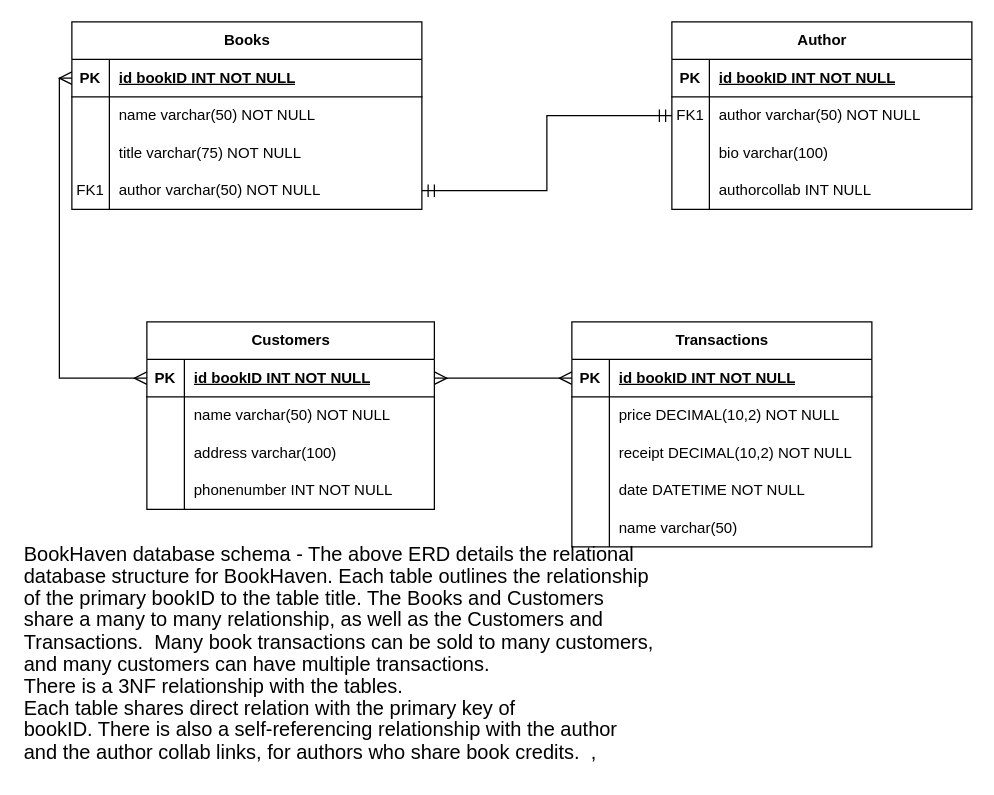
This is page "Page-1" (1 of 2) of Untitled Diagram.drawio from upallnit23/relational-Databases1, a draw.io file, before an edit. Source tidied: cells renumbered, new cells numbered last; positions are measured from the earlier drawing's top-left corner, leaving out a move shared by most shapes. Both pictures are drawn from the tidied source at 125%, with x=0, y=0 at pixel (21, 21).
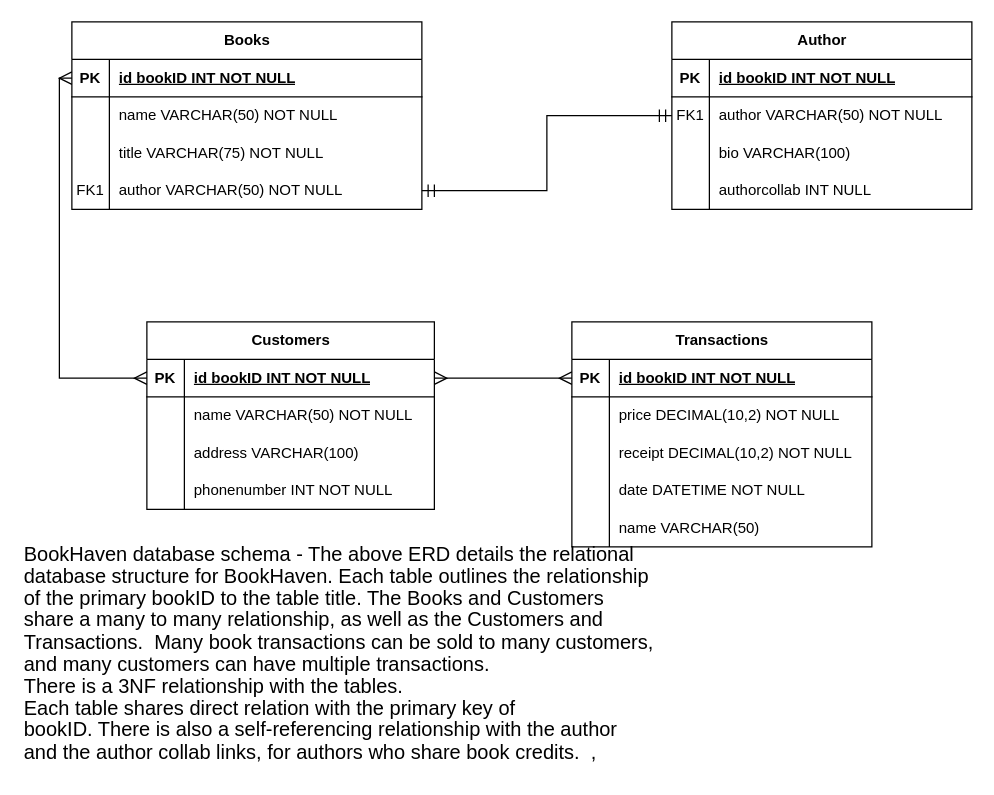
After the change.

Commit message:
Updated diagrams for assignment Database Fundamentals

Unchanged cells that the change refers to:
```xml
<mxCell id="17" style="shape=tableRow;horizontal=0;startSize=0;swimlaneHead=0;swimlaneBody=0;fillColor=none;top=0;left=0;right=0;bottom=0;" parent="4" vertex="1">
  <mxGeometry y="150" width="240" height="30" as="geometry" />
</mxCell>
<mxCell id="24" style="shape=tableRow;horizontal=0;startSize=0;swimlaneHead=0;swimlaneBody=0;fillColor=none;top=0;left=0;right=0;bottom=0;" parent="20" vertex="1">
  <mxGeometry y="60" width="230" height="30" as="geometry" />
</mxCell>
<mxCell id="27" style="shape=tableRow;horizontal=0;startSize=0;swimlaneHead=0;swimlaneBody=0;fillColor=none;top=0;left=0;right=0;bottom=0;" parent="20" vertex="1">
  <mxGeometry y="90" width="230" height="30" as="geometry" />
</mxCell>
<mxCell id="37" style="shape=tableRow;horizontal=0;startSize=0;swimlaneHead=0;swimlaneBody=0;fillColor=none;points=[[0,0.5],[1,0.5]];portConstraint=eastwest;top=0;left=0;right=0;bottom=0;" parent="33" vertex="1">
  <mxGeometry y="60" width="240" height="30" as="geometry" />
</mxCell>
<mxCell id="40" style="shape=tableRow;horizontal=0;startSize=0;swimlaneHead=0;swimlaneBody=0;fillColor=none;top=0;left=0;right=0;bottom=0;" parent="33" vertex="1">
  <mxGeometry y="90" width="240" height="30" as="geometry" />
</mxCell>
<mxCell id="50" style="shape=tableRow;horizontal=0;startSize=0;swimlaneHead=0;swimlaneBody=0;fillColor=none;top=0;left=0;right=0;bottom=0;" parent="46" vertex="1">
  <mxGeometry y="60" width="280" height="30" as="geometry" />
</mxCell>
<mxCell id="53" style="shape=tableRow;horizontal=0;startSize=0;swimlaneHead=0;swimlaneBody=0;fillColor=none;top=0;left=0;right=0;bottom=0;" parent="46" vertex="1">
  <mxGeometry y="90" width="280" height="30" as="geometry" />
</mxCell>
<mxCell id="56" style="shape=tableRow;horizontal=0;startSize=0;swimlaneHead=0;swimlaneBody=0;fillColor=none;points=[[0,0.5],[1,0.5]];portConstraint=eastwest;top=0;left=0;right=0;bottom=0;" parent="46" vertex="1">
  <mxGeometry y="120" width="280" height="30" as="geometry" />
</mxCell>
```

The edit, as a diff of the source:
```diff
@@
-    <mxCell id="19" value="name varchar(50)" style="shape=partialRectangle;fillColor=none;top=0;left=0;bottom=0;right=0;align=left;spacingLeft=6;overflow=hidden;whiteSpace=wrap;html=1;" parent="17" vertex="1">
+    <mxCell id="19" value="name VARCHAR(50)" style="shape=partialRectangle;fillColor=none;top=0;left=0;bottom=0;right=0;align=left;spacingLeft=6;overflow=hidden;whiteSpace=wrap;html=1;" parent="17" vertex="1">
       <mxGeometry x="30" width="210" height="30" as="geometry" />
     </mxCell>
@@
-    <mxCell id="26" value="name varchar(50) NOT NULL" style="shape=partialRectangle;fillColor=none;top=0;left=0;bottom=0;right=0;align=left;spacingLeft=6;overflow=hidden;whiteSpace=wrap;html=1;" parent="24" vertex="1">
+    <mxCell id="26" value="name VARCHAR(50) NOT NULL" style="shape=partialRectangle;fillColor=none;top=0;left=0;bottom=0;right=0;align=left;spacingLeft=6;overflow=hidden;whiteSpace=wrap;html=1;" parent="24" vertex="1">
       <mxGeometry x="30" width="200" height="30" as="geometry" />
     </mxCell>
@@
-    <mxCell id="29" value="address varchar(100)" style="shape=partialRectangle;fillColor=none;top=0;left=0;bottom=0;right=0;align=left;spacingLeft=6;overflow=hidden;whiteSpace=wrap;html=1;" parent="27" vertex="1">
+    <mxCell id="29" value="address VARCHAR(100)" style="shape=partialRectangle;fillColor=none;top=0;left=0;bottom=0;right=0;align=left;spacingLeft=6;overflow=hidden;whiteSpace=wrap;html=1;" parent="27" vertex="1">
       <mxGeometry x="30" width="200" height="30" as="geometry" />
     </mxCell>
@@
-    <mxCell id="39" value="author varchar(50) NOT NULL" style="shape=partialRectangle;fillColor=none;top=0;left=0;bottom=0;right=0;align=left;spacingLeft=6;overflow=hidden;whiteSpace=wrap;html=1;" parent="37" vertex="1">
+    <mxCell id="39" value="author VARCHAR(50) NOT NULL" style="shape=partialRectangle;fillColor=none;top=0;left=0;bottom=0;right=0;align=left;spacingLeft=6;overflow=hidden;whiteSpace=wrap;html=1;" parent="37" vertex="1">
       <mxGeometry x="30" width="210" height="30" as="geometry" />
     </mxCell>
@@
-    <mxCell id="42" value="bio varchar(100)&amp;nbsp;" style="shape=partialRectangle;fillColor=none;top=0;left=0;bottom=0;right=0;align=left;spacingLeft=6;overflow=hidden;whiteSpace=wrap;html=1;" parent="40" vertex="1">
+    <mxCell id="42" value="bio VARCHAR(100)&amp;nbsp;" style="shape=partialRectangle;fillColor=none;top=0;left=0;bottom=0;right=0;align=left;spacingLeft=6;overflow=hidden;whiteSpace=wrap;html=1;" parent="40" vertex="1">
       <mxGeometry x="30" width="210" height="30" as="geometry" />
     </mxCell>
@@
-    <mxCell id="52" value="name varchar(50) NOT NULL" style="shape=partialRectangle;fillColor=none;top=0;left=0;bottom=0;right=0;align=left;spacingLeft=6;overflow=hidden;whiteSpace=wrap;html=1;" parent="50" vertex="1">
+    <mxCell id="52" value="name VARCHAR(50) NOT NULL" style="shape=partialRectangle;fillColor=none;top=0;left=0;bottom=0;right=0;align=left;spacingLeft=6;overflow=hidden;whiteSpace=wrap;html=1;" parent="50" vertex="1">
       <mxGeometry x="30" width="250" height="30" as="geometry" />
     </mxCell>
@@
-    <mxCell id="55" value="title varchar(75) NOT NULL" style="shape=partialRectangle;fillColor=none;top=0;left=0;bottom=0;right=0;align=left;spacingLeft=6;overflow=hidden;whiteSpace=wrap;html=1;" parent="53" vertex="1">
+    <mxCell id="55" value="title VARCHAR(75) NOT NULL" style="shape=partialRectangle;fillColor=none;top=0;left=0;bottom=0;right=0;align=left;spacingLeft=6;overflow=hidden;whiteSpace=wrap;html=1;" parent="53" vertex="1">
       <mxGeometry x="30" width="250" height="30" as="geometry" />
     </mxCell>
@@
-    <mxCell id="58" value="author varchar(50) NOT NULL" style="shape=partialRectangle;fillColor=none;top=0;left=0;bottom=0;right=0;align=left;spacingLeft=6;overflow=hidden;whiteSpace=wrap;html=1;" parent="56" vertex="1">
+    <mxCell id="58" value="author VARCHAR(50) NOT NULL" style="shape=partialRectangle;fillColor=none;top=0;left=0;bottom=0;right=0;align=left;spacingLeft=6;overflow=hidden;whiteSpace=wrap;html=1;" parent="56" vertex="1">
       <mxGeometry x="30" width="250" height="30" as="geometry" />
     </mxCell>
```
